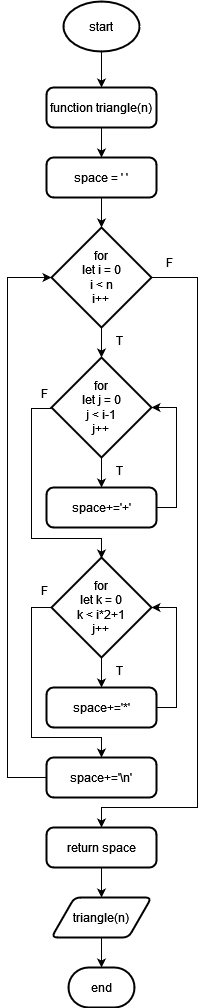
Earlier version of the draw.io export flowchart-diagram/print_triangle_algorithm.drawio.png (Destantomy/Dry-run-algorithm). Source tidied: cells renumbered, new cells last; positions are measured from the earlier drawing's top-left corner, leaving out a move shared by most shapes.
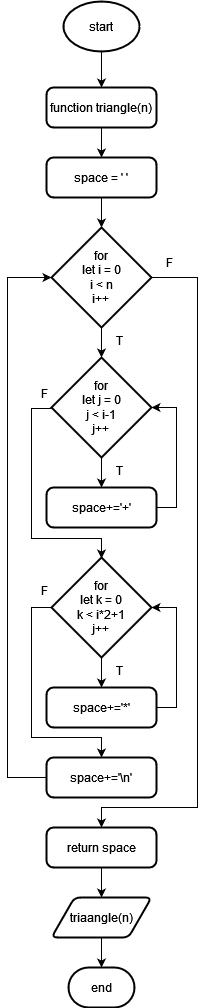
Later version of the same file.

Change to the diagram source:
```diff
@@ -96,7 +96,7 @@
     <mxCell id="24" value="return space" style="rounded=1;whiteSpace=wrap;html=1;absoluteArcSize=1;arcSize=14;strokeWidth=2;strokeColor=#000000;" parent="1" vertex="1">
       <mxGeometry x="39" y="826" width="110" height="40" as="geometry" />
     </mxCell>
-    <mxCell id="25" value="triangle(n)" style="shape=parallelogram;html=1;strokeWidth=2;perimeter=parallelogramPerimeter;whiteSpace=wrap;rounded=1;arcSize=12;size=0.23;strokeColor=#000000;" parent="1" vertex="1">
+    <mxCell id="25" value="triaangle(n)" style="shape=parallelogram;html=1;strokeWidth=2;perimeter=parallelogramPerimeter;whiteSpace=wrap;rounded=1;arcSize=12;size=0.23;strokeColor=#000000;" parent="1" vertex="1">
       <mxGeometry x="44" y="896" width="100" height="40" as="geometry" />
     </mxCell>
     <mxCell id="26" value="end" style="strokeWidth=2;html=1;shape=mxgraph.flowchart.terminator;whiteSpace=wrap;strokeColor=#000000;" parent="1" vertex="1">
```
